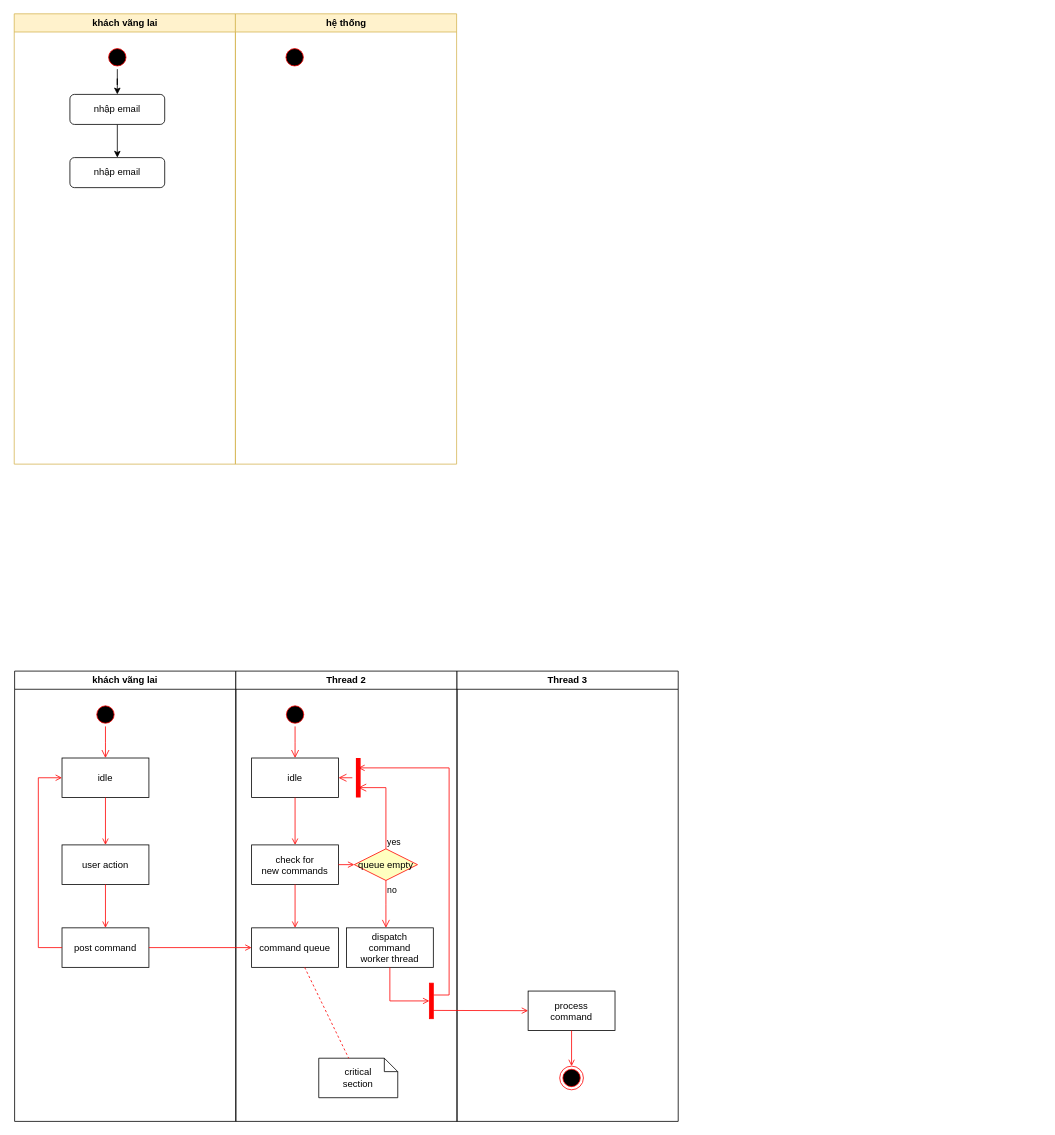
Earlier version of the draw.io diagram activityDiagram.drawio (nhuthinh0258/Usecase). Source tidied: cells renumbered, new cells numbered last; positions are measured from the earlier drawing's top-left corner, leaving out a move shared by most shapes. Both pictures are drawn from the tidied source at 79%, with x=0, y=0 at pixel (13, 13).
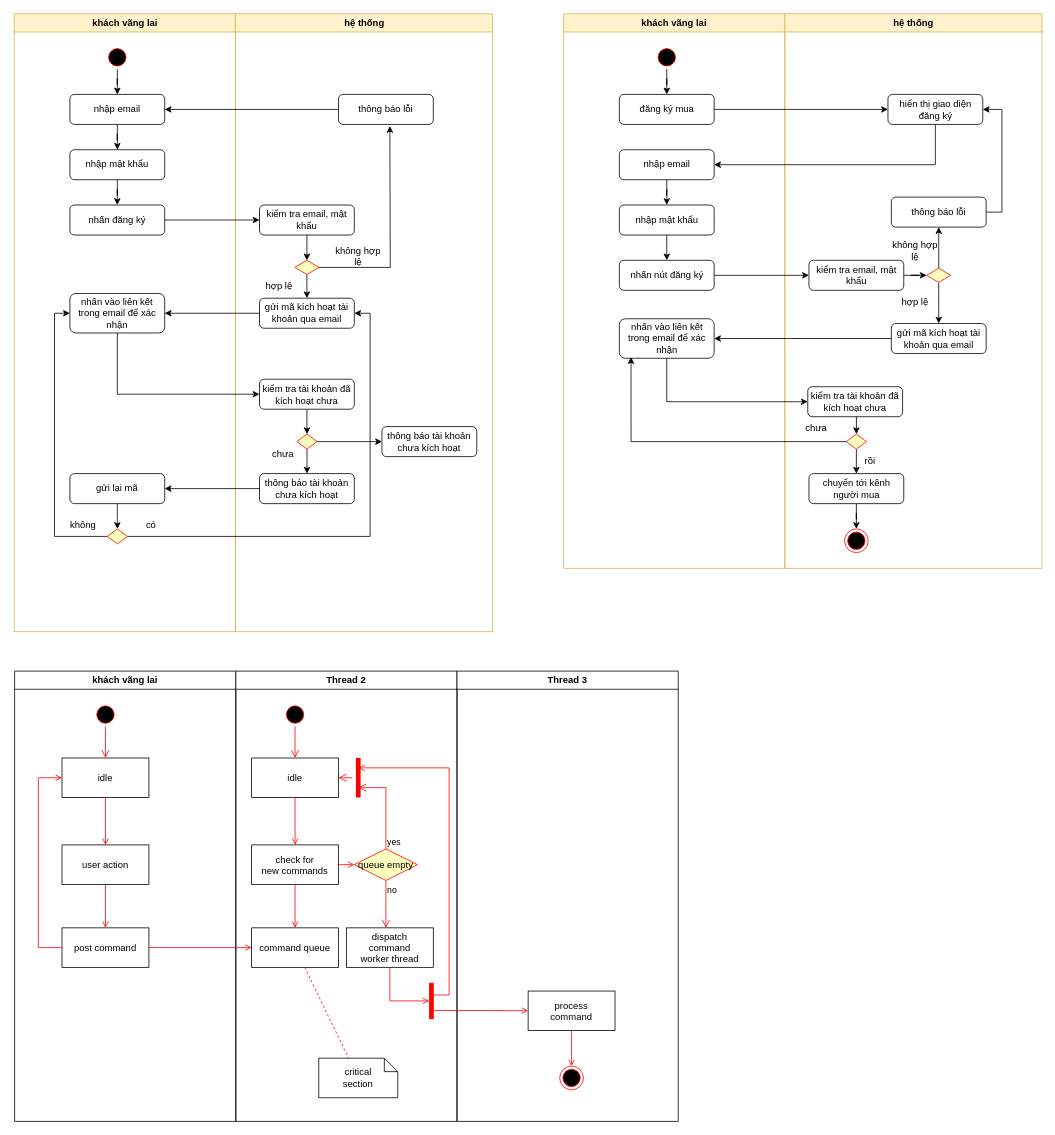
After the change.

Commit message (it also covers changes not shown here):
Cập nhật activityDiagram.drawio

The change refers to these unchanged cells:
```xml
<mxCell id="6" value="nhập email" style="rounded=1;whiteSpace=wrap;html=1;" parent="2" vertex="1">
  <mxGeometry x="70.5" y="102" width="120" height="38" as="geometry" />
</mxCell>
```

What changed in the source:
```diff
@@
     <mxCell id="2" value="khách vãng lai" style="swimlane;whiteSpace=wrap;fillColor=#fff2cc;strokeColor=#d6b656;" parent="1" vertex="1">
-      <mxGeometry x="0.5" width="280" height="570" as="geometry" />
+      <mxGeometry x="0.5" width="280" height="782" as="geometry" />
     </mxCell>
@@
+    <mxCell id="45" style="edgeStyle=orthogonalEdgeStyle;rounded=0;jettySize=auto;html=1;" parent="2" edge="1" source="7" target="46">
+      <mxGeometry relative="1" as="geometry" />
+    </mxCell>
-    <mxCell id="7" value="nhập email" style="rounded=1;whiteSpace=wrap;html=1;" parent="2" vertex="1">
-      <mxGeometry x="70.5" y="182" width="120" height="38" as="geometry" />
+    <mxCell id="7" value="nhập mật khẩu" style="rounded=1;whiteSpace=wrap;html=1;" parent="2" vertex="1">
+      <mxGeometry x="70.5" y="172" width="120" height="38" as="geometry" />
     </mxCell>
+    <mxCell id="46" value="nhấn đăng ký" style="rounded=1;whiteSpace=wrap;html=1;" parent="2" vertex="1">
+      <mxGeometry x="70.5" y="242" width="120" height="38" as="geometry" />
+    </mxCell>
+    <mxCell id="47" value="nhấn vào liên kết trong email để xác nhận" style="rounded=1;whiteSpace=wrap;html=1;" parent="2" vertex="1">
+      <mxGeometry x="70.5" y="354" width="120" height="50" as="geometry" />
+    </mxCell>
+    <mxCell id="48" style="edgeStyle=orthogonalEdgeStyle;rounded=0;jettySize=auto;html=1;" parent="2" edge="1" source="49" target="51">
+      <mxGeometry relative="1" as="geometry" />
+    </mxCell>
+    <mxCell id="49" value="gửi lại mã" style="rounded=1;whiteSpace=wrap;html=1;" parent="2" vertex="1">
+      <mxGeometry x="70.5" y="582" width="120" height="38" as="geometry" />
+    </mxCell>
+    <mxCell id="50" style="edgeStyle=orthogonalEdgeStyle;rounded=0;jettySize=auto;html=1;entryX=0;entryY=0.5;entryDx=0;entryDy=0;" parent="2" edge="1" source="51" target="47">
+      <mxGeometry relative="1" as="geometry">
+        <Array as="points">
+          <mxPoint x="51" y="662" />
+          <mxPoint x="51" y="379" />
+        </Array>
+      </mxGeometry>
+    </mxCell>
+    <mxCell id="51" style="rhombus;fillColor=#ffffc0;strokeColor=#ff0000;" parent="2" vertex="1">
+      <mxGeometry x="117.8" y="652" width="25.5" height="19" as="geometry" />
+    </mxCell>
+    <mxCell id="52" value="không" style="text;html=1;strokeColor=none;fillColor=none;align=center;verticalAlign=middle;whiteSpace=wrap;rounded=0;" parent="2" vertex="1">
+      <mxGeometry x="57.8" y="632" width="60" height="30" as="geometry" />
+    </mxCell>
+    <mxCell id="53" value="có" style="text;html=1;strokeColor=none;fillColor=none;align=center;verticalAlign=middle;whiteSpace=wrap;rounded=0;" parent="2" vertex="1">
+      <mxGeometry x="143.2" y="632" width="60" height="30" as="geometry" />
+    </mxCell>
     <mxCell id="8" value="hệ thống" style="swimlane;whiteSpace=wrap;fillColor=#fff2cc;strokeColor=#d6b656;" parent="1" vertex="1">
-      <mxGeometry x="280.5" width="280" height="570" as="geometry" />
+      <mxGeometry x="280.5" width="325.5" height="782" as="geometry" />
     </mxCell>
-    <mxCell id="9" style="ellipse;shape=startState;fillColor=#000000;strokeColor=#ff0000;" parent="8" vertex="1">
-      <mxGeometry x="60" y="40" width="30" height="30" as="geometry" />
-    </mxCell>
+    <mxCell id="54" style="edgeStyle=orthogonalEdgeStyle;rounded=0;jettySize=auto;html=1;" parent="8" edge="1" source="55" target="58">
+      <mxGeometry relative="1" as="geometry" />
+    </mxCell>
+    <mxCell id="55" value="kiểm tra email, mật khẩu" style="rounded=1;whiteSpace=wrap;html=1;" parent="8" vertex="1">
+      <mxGeometry x="30.5" y="242" width="120" height="38" as="geometry" />
+    </mxCell>
+    <mxCell id="56" style="edgeStyle=orthogonalEdgeStyle;rounded=0;jettySize=auto;html=1;" parent="8" edge="1" source="58">
+      <mxGeometry relative="1" as="geometry">
+        <mxPoint x="195.5" y="142" as="targetPoint" />
+      </mxGeometry>
+    </mxCell>
+    <mxCell id="57" style="edgeStyle=orthogonalEdgeStyle;rounded=0;jettySize=auto;html=1;exitX=0.5;exitY=1;exitDx=0;exitDy=0;entryX=0.5;entryY=0;entryDx=0;entryDy=0;" parent="8" edge="1" source="58" target="62">
+      <mxGeometry relative="1" as="geometry" />
+    </mxCell>
+    <mxCell id="58" style="rhombus;fillColor=#ffffc0;strokeColor=#ff0000;" parent="8" vertex="1">
+      <mxGeometry x="75.2" y="312" width="30.5" height="18" as="geometry" />
+    </mxCell>
+    <mxCell id="59" value="thông báo lỗi" style="rounded=1;whiteSpace=wrap;html=1;" parent="8" vertex="1">
+      <mxGeometry x="130.5" y="102" width="120" height="38" as="geometry" />
+    </mxCell>
+    <mxCell id="60" value="không hợp lệ" style="text;html=1;strokeColor=none;fillColor=none;align=center;verticalAlign=middle;whiteSpace=wrap;rounded=0;" parent="8" vertex="1">
+      <mxGeometry x="125.5" y="292" width="60" height="30" as="geometry" />
+    </mxCell>
+    <mxCell id="61" value="hợp lệ" style="text;html=1;strokeColor=none;fillColor=none;align=center;verticalAlign=middle;whiteSpace=wrap;rounded=0;" parent="8" vertex="1">
+      <mxGeometry x="25.5" y="330" width="60" height="30" as="geometry" />
+    </mxCell>
+    <mxCell id="62" value="gửi mã kích hoạt tài khoản qua email" style="rounded=1;whiteSpace=wrap;html=1;" parent="8" vertex="1">
+      <mxGeometry x="30.5" y="360" width="120" height="38" as="geometry" />
+    </mxCell>
+    <mxCell id="63" style="edgeStyle=orthogonalEdgeStyle;rounded=0;jettySize=auto;html=1;" parent="8" edge="1" source="64" target="67">
+      <mxGeometry relative="1" as="geometry" />
+    </mxCell>
+    <mxCell id="64" value="kiểm tra tài khoản đã kích hoạt chưa" style="rounded=1;whiteSpace=wrap;html=1;" parent="8" vertex="1">
+      <mxGeometry x="30.5" y="462.5" width="120" height="38" as="geometry" />
+    </mxCell>
+    <mxCell id="65" style="edgeStyle=orthogonalEdgeStyle;rounded=0;jettySize=auto;html=1;" parent="8" edge="1" source="67" target="68">
+      <mxGeometry relative="1" as="geometry" />
+    </mxCell>
+    <mxCell id="66" style="edgeStyle=orthogonalEdgeStyle;rounded=0;jettySize=auto;html=1;" parent="8" edge="1" source="67" target="70">
+      <mxGeometry relative="1" as="geometry" />
+    </mxCell>
+    <mxCell id="67" style="rhombus;fillColor=#ffffc0;strokeColor=#ff0000;" parent="8" vertex="1">
+      <mxGeometry x="77.8" y="532" width="25.5" height="19" as="geometry" />
+    </mxCell>
+    <mxCell id="68" value="thông báo tài khoản chưa kích hoạt" style="rounded=1;whiteSpace=wrap;html=1;" parent="8" vertex="1">
+      <mxGeometry x="30.5" y="582" width="120" height="38" as="geometry" />
+    </mxCell>
+    <mxCell id="69" value="chưa" style="text;html=1;strokeColor=none;fillColor=none;align=center;verticalAlign=middle;whiteSpace=wrap;rounded=0;" parent="8" vertex="1">
+      <mxGeometry x="30.5" y="542" width="60" height="30" as="geometry" />
+    </mxCell>
+    <mxCell id="70" value="thông báo tài khoản chưa kích hoạt" style="rounded=1;whiteSpace=wrap;html=1;" parent="8" vertex="1">
+      <mxGeometry x="185.5" y="522.5" width="120" height="38" as="geometry" />
+    </mxCell>
@@
+    <mxCell id="71" style="edgeStyle=orthogonalEdgeStyle;rounded=0;jettySize=auto;html=1;exitX=1;exitY=0.5;exitDx=0;exitDy=0;entryX=0;entryY=0.5;entryDx=0;entryDy=0;" parent="1" edge="1" source="46" target="55">
+      <mxGeometry relative="1" as="geometry" />
+    </mxCell>
+    <mxCell id="72" style="edgeStyle=orthogonalEdgeStyle;rounded=0;jettySize=auto;html=1;entryX=1;entryY=0.5;entryDx=0;entryDy=0;" parent="1" edge="1" source="59" target="6">
+      <mxGeometry relative="1" as="geometry" />
+    </mxCell>
+    <mxCell id="73" style="edgeStyle=orthogonalEdgeStyle;rounded=0;jettySize=auto;html=1;exitX=0;exitY=0.5;exitDx=0;exitDy=0;entryX=1;entryY=0.5;entryDx=0;entryDy=0;" parent="1" edge="1" source="62" target="47">
+      <mxGeometry relative="1" as="geometry" />
+    </mxCell>
+    <mxCell id="74" style="edgeStyle=orthogonalEdgeStyle;rounded=0;jettySize=auto;html=1;exitX=0.5;exitY=1;exitDx=0;exitDy=0;entryX=0;entryY=0.5;entryDx=0;entryDy=0;" parent="1" edge="1" source="47" target="64">
+      <mxGeometry relative="1" as="geometry" />
+    </mxCell>
+    <mxCell id="75" style="edgeStyle=orthogonalEdgeStyle;rounded=0;jettySize=auto;html=1;entryX=1;entryY=0.5;entryDx=0;entryDy=0;" parent="1" edge="1" source="68" target="49">
+      <mxGeometry relative="1" as="geometry" />
+    </mxCell>
+    <mxCell id="76" style="edgeStyle=orthogonalEdgeStyle;rounded=0;jettySize=auto;html=1;entryX=1;entryY=0.5;entryDx=0;entryDy=0;" parent="1" edge="1" source="51" target="62">
+      <mxGeometry relative="1" as="geometry" />
+    </mxCell>
+    <mxCell id="77" value="khách vãng lai" style="swimlane;whiteSpace=wrap;fillColor=#fff2cc;strokeColor=#d6b656;" parent="1" vertex="1">
+      <mxGeometry x="696" width="280" height="702" as="geometry" />
+    </mxCell>
+    <mxCell id="78" style="edgeStyle=orthogonalEdgeStyle;rounded=0;jettySize=auto;html=1;" parent="77" edge="1" source="79" target="80">
+      <mxGeometry relative="1" as="geometry" />
+    </mxCell>
+    <mxCell id="79" style="ellipse;shape=startState;fillColor=#000000;strokeColor=#ff0000;" parent="77" vertex="1">
+      <mxGeometry x="115.5" y="40" width="30" height="30" as="geometry" />
+    </mxCell>
+    <mxCell id="80" value="đăng ký mua" style="rounded=1;whiteSpace=wrap;html=1;" parent="77" vertex="1">
+      <mxGeometry x="70.5" y="102" width="120" height="38" as="geometry" />
+    </mxCell>
+    <mxCell id="81" style="edgeStyle=orthogonalEdgeStyle;rounded=0;jettySize=auto;html=1;" parent="77" edge="1" source="82" target="84">
+      <mxGeometry relative="1" as="geometry" />
+    </mxCell>
+    <mxCell id="82" value="nhập email" style="rounded=1;whiteSpace=wrap;html=1;" parent="77" vertex="1">
+      <mxGeometry x="70.5" y="172" width="120" height="38" as="geometry" />
+    </mxCell>
+    <mxCell id="83" style="edgeStyle=orthogonalEdgeStyle;rounded=0;jettySize=auto;html=1;exitX=0.5;exitY=1;exitDx=0;exitDy=0;entryX=0.5;entryY=0;entryDx=0;entryDy=0;" parent="77" edge="1" source="84" target="85">
+      <mxGeometry relative="1" as="geometry" />
+    </mxCell>
+    <mxCell id="84" value="nhập mật khẩu" style="rounded=1;whiteSpace=wrap;html=1;" parent="77" vertex="1">
+      <mxGeometry x="70.5" y="242" width="120" height="38" as="geometry" />
+    </mxCell>
+    <mxCell id="85" value="nhấn nút đăng ký" style="rounded=1;whiteSpace=wrap;html=1;" parent="77" vertex="1">
+      <mxGeometry x="70.5" y="312" width="120" height="38" as="geometry" />
+    </mxCell>
+    <mxCell id="86" value="nhấn vào liên kết trong email để xác nhận" style="rounded=1;whiteSpace=wrap;html=1;" parent="77" vertex="1">
+      <mxGeometry x="70.5" y="386" width="120" height="50" as="geometry" />
+    </mxCell>
+    <mxCell id="87" value="hệ thống" style="swimlane;whiteSpace=wrap;fillColor=#fff2cc;strokeColor=#d6b656;" parent="1" vertex="1">
+      <mxGeometry x="976" width="325.5" height="702" as="geometry" />
+    </mxCell>
+    <mxCell id="88" style="edgeStyle=orthogonalEdgeStyle;rounded=0;jettySize=auto;html=1;" parent="87" edge="1" source="89" target="92">
+      <mxGeometry relative="1" as="geometry" />
+    </mxCell>
+    <mxCell id="89" value="kiểm tra email, mật khẩu" style="rounded=1;whiteSpace=wrap;html=1;" parent="87" vertex="1">
+      <mxGeometry x="30.5" y="312" width="120" height="38" as="geometry" />
+    </mxCell>
+    <mxCell id="90" style="edgeStyle=orthogonalEdgeStyle;rounded=0;jettySize=auto;html=1;exitX=0.5;exitY=1;exitDx=0;exitDy=0;entryX=0.5;entryY=0;entryDx=0;entryDy=0;" parent="87" edge="1" source="92" target="99">
+      <mxGeometry relative="1" as="geometry" />
+    </mxCell>
+    <mxCell id="91" style="edgeStyle=orthogonalEdgeStyle;rounded=0;jettySize=auto;html=1;" parent="87" edge="1" source="92" target="103">
+      <mxGeometry relative="1" as="geometry" />
+    </mxCell>
+    <mxCell id="92" style="rhombus;fillColor=#ffffc0;strokeColor=#ff0000;" parent="87" vertex="1">
+      <mxGeometry x="179.5" y="322" width="30.5" height="18" as="geometry" />
+    </mxCell>
+    <mxCell id="93" value="hiển thị giao diện đăng ký" style="rounded=1;whiteSpace=wrap;html=1;" parent="87" vertex="1">
+      <mxGeometry x="130.5" y="102" width="120" height="38" as="geometry" />
+    </mxCell>
+    <mxCell id="94" value="không hợp lệ" style="text;html=1;strokeColor=none;fillColor=none;align=center;verticalAlign=middle;whiteSpace=wrap;rounded=0;" parent="87" vertex="1">
+      <mxGeometry x="134.8" y="285" width="60" height="30" as="geometry" />
+    </mxCell>
+    <mxCell id="95" value="hợp lệ" style="text;html=1;strokeColor=none;fillColor=none;align=center;verticalAlign=middle;whiteSpace=wrap;rounded=0;" parent="87" vertex="1">
+      <mxGeometry x="134.8" y="350" width="60" height="30" as="geometry" />
+    </mxCell>
+    <mxCell id="96" style="edgeStyle=orthogonalEdgeStyle;rounded=0;jettySize=auto;html=1;exitX=0.5;exitY=1;exitDx=0;exitDy=0;entryX=0.5;entryY=0;entryDx=0;entryDy=0;" parent="87" edge="1" source="97" target="105">
+      <mxGeometry relative="1" as="geometry" />
+    </mxCell>
+    <mxCell id="97" style="rhombus;fillColor=#ffffc0;strokeColor=#ff0000;" parent="87" vertex="1">
+      <mxGeometry x="77.8" y="532" width="25.5" height="19" as="geometry" />
+    </mxCell>
+    <mxCell id="98" value="chưa" style="text;html=1;strokeColor=none;fillColor=none;align=center;verticalAlign=middle;whiteSpace=wrap;rounded=0;" parent="87" vertex="1">
+      <mxGeometry x="10" y="510" width="60" height="30" as="geometry" />
+    </mxCell>
+    <mxCell id="99" value="gửi mã kích hoạt tài khoản qua email" style="rounded=1;whiteSpace=wrap;html=1;" parent="87" vertex="1">
+      <mxGeometry x="134.8" y="392" width="120" height="38" as="geometry" />
+    </mxCell>
+    <mxCell id="100" style="edgeStyle=orthogonalEdgeStyle;rounded=0;jettySize=auto;html=1;exitX=0.5;exitY=1;exitDx=0;exitDy=0;entryX=0.5;entryY=0;entryDx=0;entryDy=0;" parent="87" edge="1" source="101" target="97">
+      <mxGeometry relative="1" as="geometry" />
+    </mxCell>
+    <mxCell id="101" value="kiểm tra tài khoản đã kích hoạt chưa" style="rounded=1;whiteSpace=wrap;html=1;" parent="87" vertex="1">
+      <mxGeometry x="29" y="472" width="120" height="38" as="geometry" />
+    </mxCell>
+    <mxCell id="102" style="edgeStyle=orthogonalEdgeStyle;rounded=0;jettySize=auto;html=1;exitX=1;exitY=0.5;exitDx=0;exitDy=0;entryX=1;entryY=0.5;entryDx=0;entryDy=0;" parent="87" edge="1" source="103" target="93">
+      <mxGeometry relative="1" as="geometry" />
+    </mxCell>
+    <mxCell id="103" value="thông báo lỗi" style="rounded=1;whiteSpace=wrap;html=1;" parent="87" vertex="1">
+      <mxGeometry x="134.8" y="232" width="120" height="38" as="geometry" />
+    </mxCell>
+    <mxCell id="104" style="edgeStyle=orthogonalEdgeStyle;rounded=0;jettySize=auto;html=1;" parent="87" edge="1" source="105" target="107">
+      <mxGeometry relative="1" as="geometry" />
+    </mxCell>
+    <mxCell id="105" value="chuyển tới kênh người mua" style="rounded=1;whiteSpace=wrap;html=1;" parent="87" vertex="1">
+      <mxGeometry x="30.5" y="582" width="120" height="38" as="geometry" />
+    </mxCell>
+    <mxCell id="106" value="rồi" style="text;html=1;strokeColor=none;fillColor=none;align=center;verticalAlign=middle;whiteSpace=wrap;rounded=0;" parent="87" vertex="1">
+      <mxGeometry x="77.8" y="551" width="60" height="30" as="geometry" />
+    </mxCell>
+    <mxCell id="107" style="ellipse;shape=endState;fillColor=#000000;strokeColor=#ff0000;" parent="87" vertex="1">
+      <mxGeometry x="75.5" y="652" width="30" height="30" as="geometry" />
+    </mxCell>
+    <mxCell id="108" style="edgeStyle=orthogonalEdgeStyle;rounded=0;jettySize=auto;html=1;exitX=1;exitY=0.5;exitDx=0;exitDy=0;entryX=0;entryY=0.5;entryDx=0;entryDy=0;" parent="1" edge="1" source="85" target="89">
+      <mxGeometry relative="1" as="geometry" />
+    </mxCell>
+    <mxCell id="109" style="edgeStyle=orthogonalEdgeStyle;rounded=0;jettySize=auto;html=1;entryX=1;entryY=0.5;entryDx=0;entryDy=0;endArrow=none;endFill=0;startArrow=classic;startFill=1;" parent="1" edge="1" source="93" target="80">
+      <mxGeometry relative="1" as="geometry" />
+    </mxCell>
+    <mxCell id="110" style="edgeStyle=orthogonalEdgeStyle;rounded=0;jettySize=auto;html=1;exitX=0.5;exitY=1;exitDx=0;exitDy=0;entryX=1;entryY=0.5;entryDx=0;entryDy=0;" parent="1" edge="1" source="93" target="82">
+      <mxGeometry relative="1" as="geometry" />
+    </mxCell>
+    <mxCell id="111" style="edgeStyle=orthogonalEdgeStyle;rounded=0;jettySize=auto;html=1;exitX=0;exitY=0.5;exitDx=0;exitDy=0;entryX=1;entryY=0.5;entryDx=0;entryDy=0;" parent="1" edge="1" source="99" target="86">
+      <mxGeometry relative="1" as="geometry" />
+    </mxCell>
+    <mxCell id="112" style="edgeStyle=orthogonalEdgeStyle;rounded=0;jettySize=auto;html=1;exitX=0.5;exitY=1;exitDx=0;exitDy=0;entryX=0;entryY=0.5;entryDx=0;entryDy=0;" parent="1" edge="1" source="86" target="101">
+      <mxGeometry relative="1" as="geometry" />
+    </mxCell>
+    <mxCell id="113" style="edgeStyle=orthogonalEdgeStyle;rounded=0;jettySize=auto;html=1;entryX=0.123;entryY=0.972;entryDx=0;entryDy=0;entryPerimeter=0;" parent="1" edge="1" source="97" target="86">
+      <mxGeometry relative="1" as="geometry" />
+    </mxCell>
```
